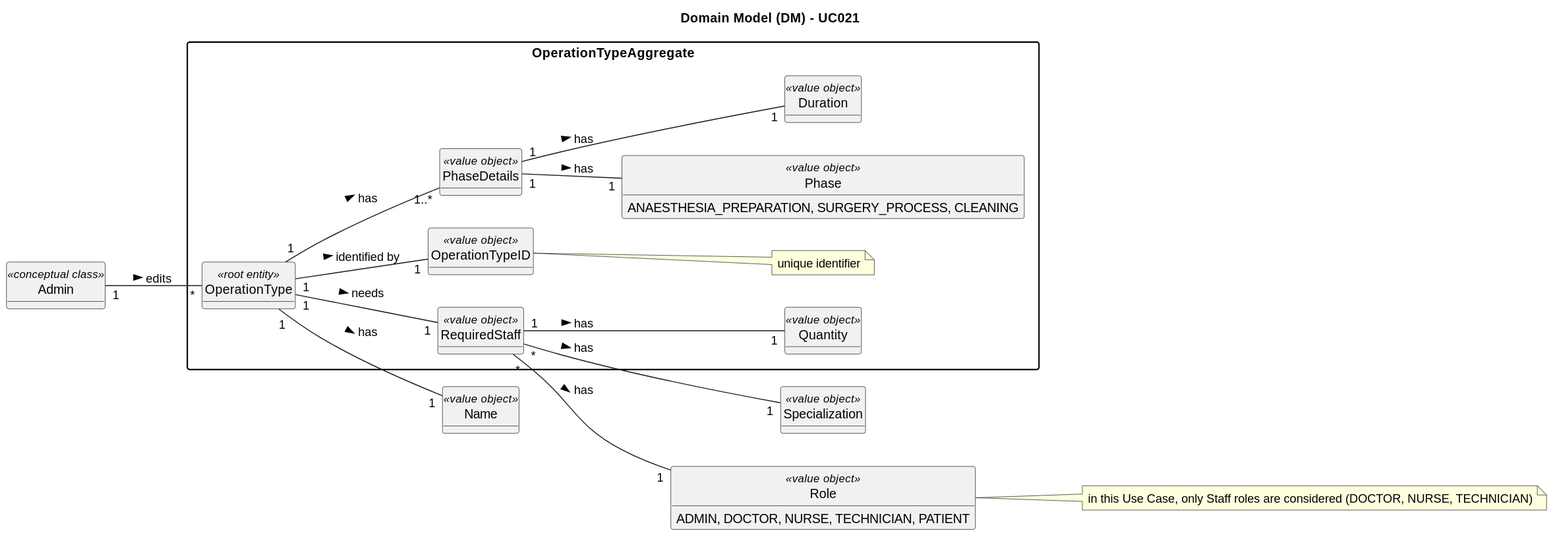
Earlier version of the PlantUML export docs/SprintA/UseCases/UC021/02.analysis/svg/uc021-domain-model.svg (1221124/sem5pi-24-25-g031).
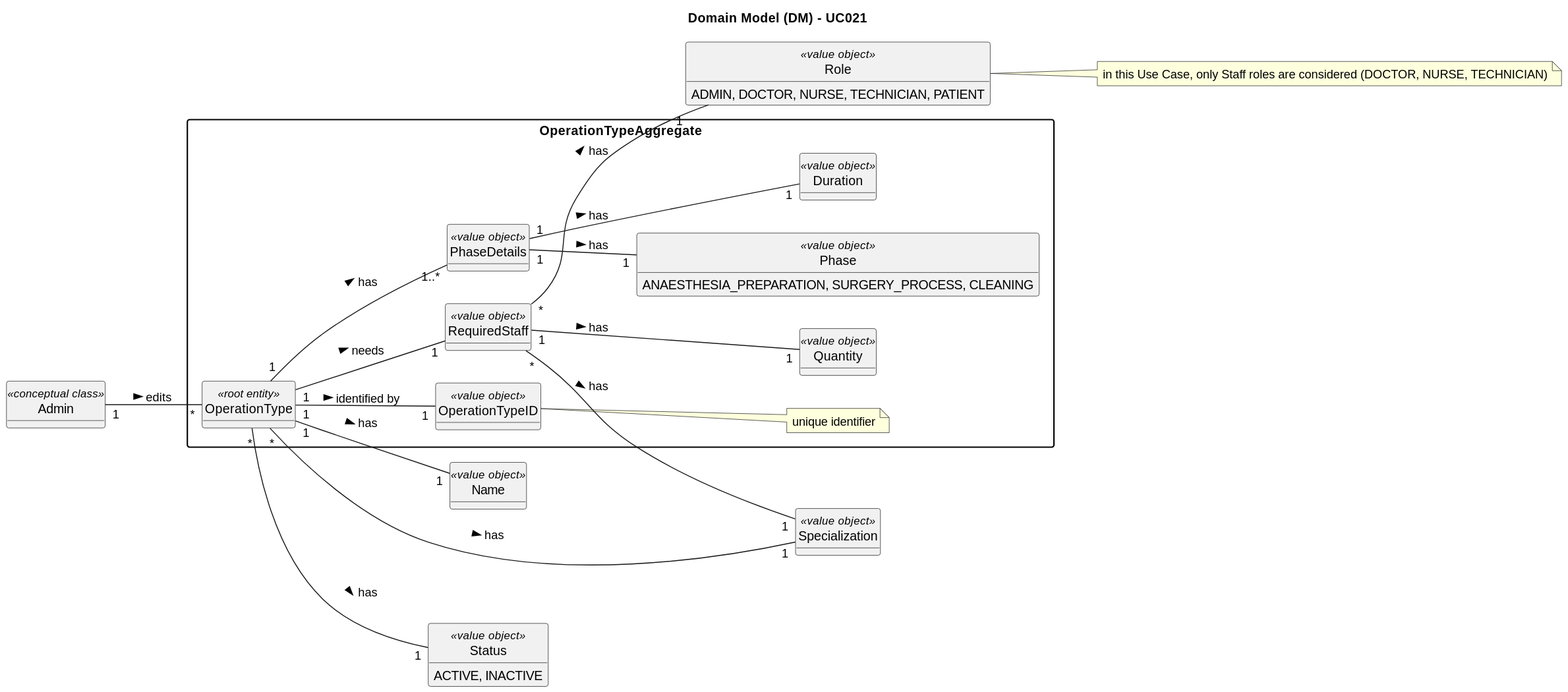
The same file after the commit.

Change to the diagram source:
```diff
@@ -32,11 +32,16 @@
     ADMIN, DOCTOR, NURSE, TECHNICIAN, PATIENT
 }
 note right of Role: in this Use Case, only Staff roles are considered (DOCTOR, NURSE, TECHNICIAN)
+class Status <<value object>> {
+    ACTIVE, INACTIVE
+}
 
 Admin "1" -- "*" OperationType : edits >
 
 OperationType "1" -- "1" OperationTypeID : > identified by
 OperationType "1" -- "1" Name : > has
+OperationType "*" -- "1" Status : > has
+OperationType "*" -- "1" Specialization : > has
 OperationType "1" -- "1" RequiredStaff : > needs
 OperationType "1" -- "1..*" PhaseDetails : > has
 RequiredStaff "*" -- "1" Role : > has
```
